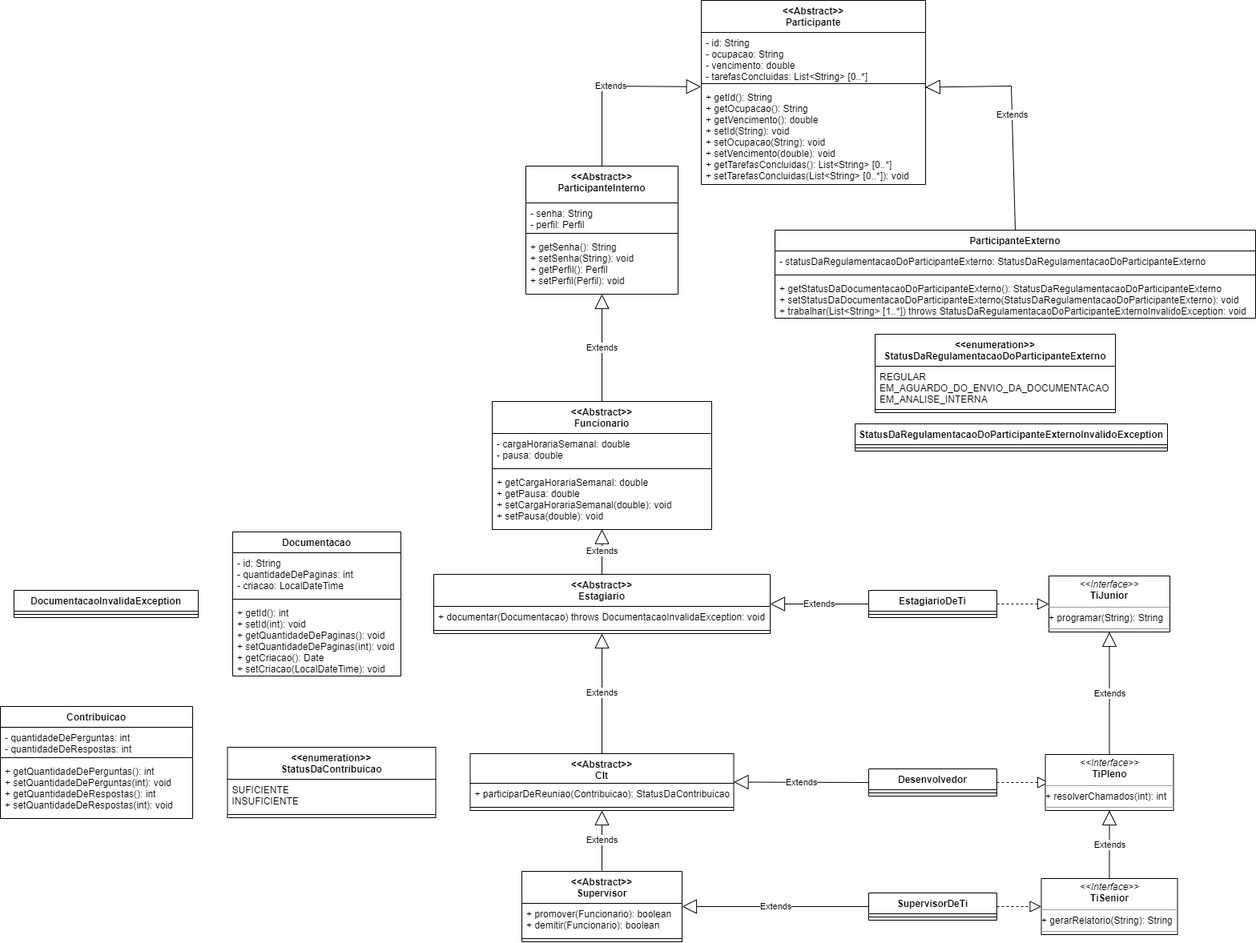
Before: erp.png, a diagram exported from draw.io (andre-alck/erp). Source tidied: cells renumbered, new cells last; positions are measured from the earlier drawing's top-left corner, leaving out a move shared by most shapes.
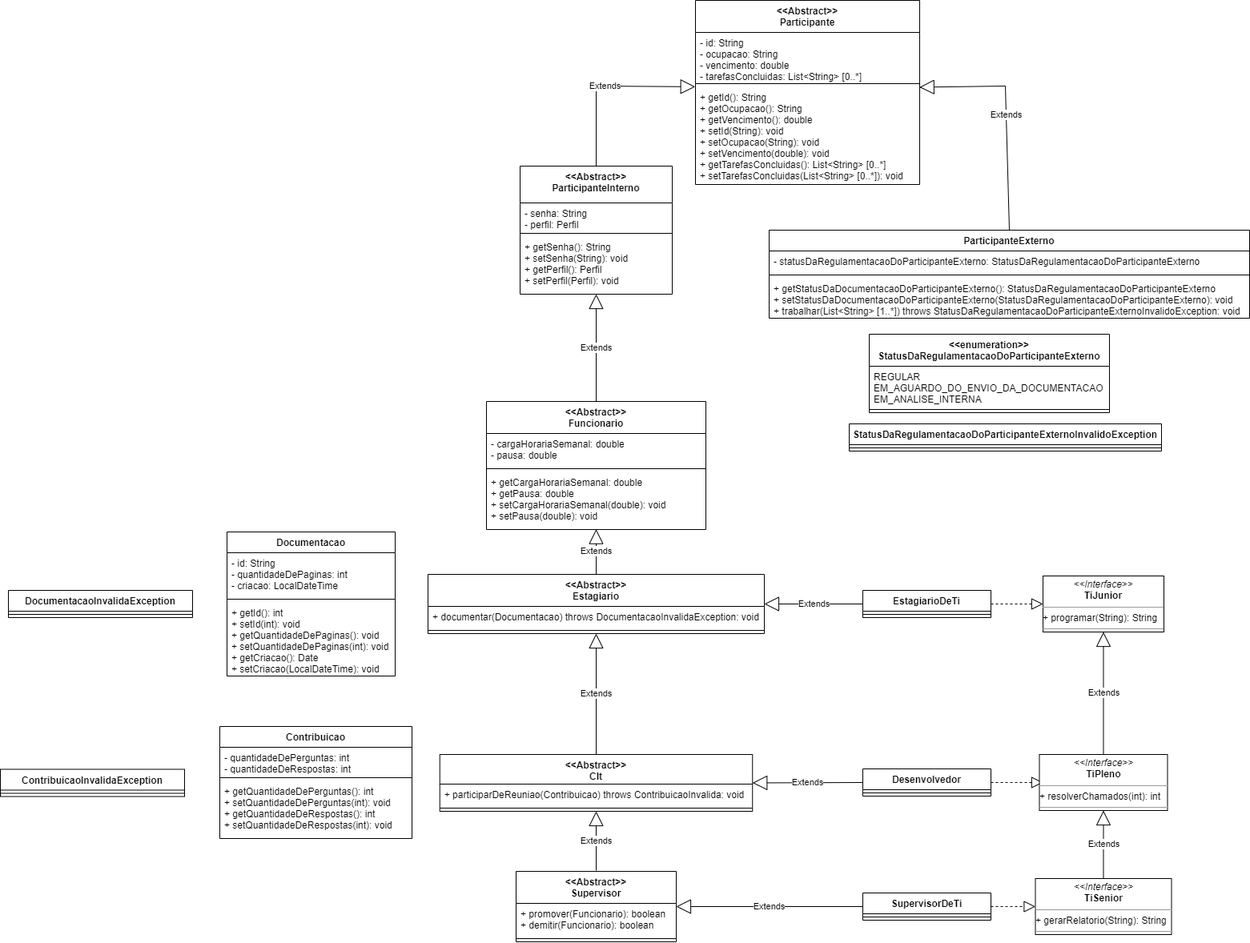
Above is the later version.

Commit message:
docs: update uml para participardereuniao

The edit, as a diff of the source:
```diff
@@ -134,13 +134,13 @@
       <mxGeometry y="88" width="210" height="92" as="geometry" />
     </mxCell>
     <mxCell id="43" value="&lt;&lt;Abstract&gt;&gt;&#10;Clt" style="swimlane;fontStyle=1;align=center;verticalAlign=top;horizontal=1;startSize=37;" parent="1" vertex="1">
-      <mxGeometry x="586.5" y="941" width="329" height="71" as="geometry" />
+      <mxGeometry x="555.8" y="942" width="390.5" height="71" as="geometry" />
     </mxCell>
-    <mxCell id="44" value="+ participarDeReuniao(Contribuicao): StatusDaContribuicao" style="text;strokeColor=none;fillColor=none;align=left;verticalAlign=top;spacingLeft=4;spacingRight=4;overflow=hidden;" parent="43" vertex="1">
-      <mxGeometry y="37" width="329" height="26" as="geometry" />
+    <mxCell id="44" value="+ participarDeReuniao(Contribuicao) throws ContribuicaoInvalida: void" style="text;strokeColor=none;fillColor=none;align=left;verticalAlign=top;spacingLeft=4;spacingRight=4;overflow=hidden;" parent="43" vertex="1">
+      <mxGeometry y="37" width="390.5" height="26" as="geometry" />
     </mxCell>
     <mxCell id="45" style="line;strokeWidth=1;fillColor=none;align=left;verticalAlign=middle;spacingTop=-1;spacingLeft=3;spacingRight=3;labelPosition=right;strokeColor=inherit;" parent="43" vertex="1">
-      <mxGeometry y="63" width="329" height="8" as="geometry" />
+      <mxGeometry y="63" width="390.5" height="8" as="geometry" />
     </mxCell>
     <mxCell id="46" value="Extends" style="endArrow=block;endSize=16;endFill=0;html=1;rounded=0;exitX=0.5;exitY=0;exitDx=0;exitDy=0;entryX=0.5;entryY=1;entryDx=0;entryDy=0;" parent="1" edge="1" target="43">
       <mxGeometry relative="1" as="geometry">
@@ -175,7 +175,7 @@
       <mxGeometry relative="1" as="geometry" />
     </mxCell>
     <mxCell id="56" value="Contribuicao" style="swimlane;fontStyle=1;align=center;verticalAlign=top;horizontal=1;startSize=26;" parent="1" vertex="1">
-      <mxGeometry y="882" width="240" height="140" as="geometry" />
+      <mxGeometry x="281" y="907" width="240" height="140" as="geometry" />
     </mxCell>
     <mxCell id="57" value="- quantidadeDePerguntas: int&#10;- quantidadeDeRespostas: int" style="text;strokeColor=none;fillColor=none;align=left;verticalAlign=top;spacingLeft=4;spacingRight=4;overflow=hidden;" parent="56" vertex="1">
       <mxGeometry y="26" width="240" height="34" as="geometry" />
@@ -189,15 +189,6 @@
     <mxCell id="60" value="Extends" style="endArrow=block;endSize=16;endFill=0;html=1;rounded=0;entryX=1;entryY=0.5;entryDx=0;entryDy=0;exitX=0;exitY=0.5;exitDx=0;exitDy=0;" parent="1" edge="1" source="33" target="43">
       <mxGeometry relative="1" as="geometry" />
     </mxCell>
-    <mxCell id="61" value="&lt;&lt;enumeration&gt;&gt;&#10;StatusDaContribuicao" style="swimlane;fontStyle=1;align=center;verticalAlign=top;horizontal=1;startSize=40;" parent="1" vertex="1">
-      <mxGeometry x="283.5" y="933" width="260" height="88" as="geometry" />
-    </mxCell>
-    <mxCell id="62" value="SUFICIENTE&#10;INSUFICIENTE" style="text;strokeColor=none;fillColor=none;align=left;verticalAlign=top;spacingLeft=4;spacingRight=4;overflow=hidden;" parent="61" vertex="1">
-      <mxGeometry y="40" width="260" height="40" as="geometry" />
-    </mxCell>
-    <mxCell id="63" style="line;strokeWidth=1;fillColor=none;align=left;verticalAlign=middle;spacingTop=-1;spacingLeft=3;spacingRight=3;labelPosition=right;strokeColor=inherit;" parent="61" vertex="1">
-      <mxGeometry y="80" width="260" height="8" as="geometry" />
-    </mxCell>
     <mxCell id="64" value="StatusDaRegulamentacaoDoParticipanteExternoInvalidoException" style="swimlane;fontStyle=1;align=center;verticalAlign=top;horizontal=1;startSize=26;whiteSpace=wrap;html=1;" parent="1" vertex="1">
       <mxGeometry x="1067" y="529" width="390" height="34" as="geometry" />
     </mxCell>
@@ -217,5 +208,11 @@
     <mxCell id="68" style="line;strokeWidth=1;fillColor=none;align=left;verticalAlign=middle;spacingTop=-1;spacingLeft=3;spacingRight=3;labelPosition=right;strokeColor=inherit;" parent="67" vertex="1">
       <mxGeometry y="26" width="230" height="8" as="geometry" />
     </mxCell>
+    <mxCell id="69" value="ContribuicaoInvalidaException" style="swimlane;fontStyle=1;align=center;verticalAlign=top;horizontal=1;startSize=26;whiteSpace=wrap;html=1;" parent="1" vertex="1">
+      <mxGeometry x="7" y="960.5" width="230" height="34" as="geometry" />
+    </mxCell>
+    <mxCell id="70" style="line;strokeWidth=1;fillColor=none;align=left;verticalAlign=middle;spacingTop=-1;spacingLeft=3;spacingRight=3;labelPosition=right;strokeColor=inherit;" parent="69" vertex="1">
+      <mxGeometry y="26" width="230" height="8" as="geometry" />
+    </mxCell>
   </root>
 </mxGraphModel>
```
